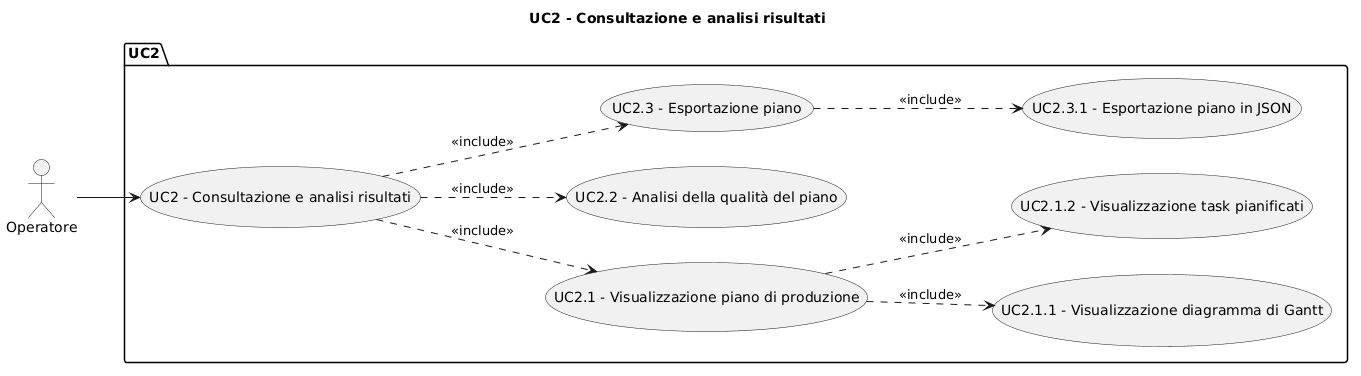
Faverooo/Tesi-MarcoFavero keeps this PlantUML diagram as img/usecase/uc2.png. Above is the earlier version.
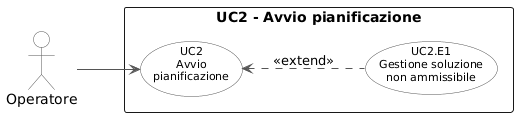
The same diagram one commit later.

What changed in the source:
```diff
@@ -1,30 +1,25 @@
 @startuml
-title UC2 - Consultazione e analisi risultati
+left to right direction
+skinparam backgroundColor white
+skinparam usecase {
+    BackgroundColor White
+    BorderColor #555555
+    ArrowColor #555555
+    FontSize 11
+}
+skinparam actor {
+    BackgroundColor White
+    BorderColor #555555
+}
 
-left to right direction
 actor "Operatore" as op
 
-package "UC2" {
-    usecase "UC2 - Consultazione e analisi risultati" as uc2
-
-    usecase "UC2.1 - Visualizzazione piano di produzione" as uc2_1
-    usecase "UC2.1.1 - Visualizzazione diagramma di Gantt" as uc2_1_1
-    usecase "UC2.1.2 - Visualizzazione task pianificati" as uc2_1_2
-
-    usecase "UC2.2 - Analisi della qualità del piano" as uc2_2
-
-    usecase "UC2.3 - Esportazione piano" as uc2_3
-    usecase "UC2.3.1 - Esportazione piano in JSON" as uc2_3_1
+rectangle "UC2 - Avvio pianificazione" {
+    (UC2.E1\nGestione soluzione\nnon ammissibile) as UC2E1
+    (UC2\nAvvio\npianificazione) as UC2
 }
 
-op --> uc2
+UC2 <.. UC2E1 : <<extend>>
 
-uc2 ..> uc2_1 : <<include>>
-uc2 ..> uc2_2 : <<include>>
-uc2 ..> uc2_3 : <<include>>
-
-uc2_1 ..> uc2_1_1 : <<include>>
-uc2_1 ..> uc2_1_2 : <<include>>
-
-uc2_3 ..> uc2_3_1 : <<include>>
+op --> UC2
 @enduml
```
